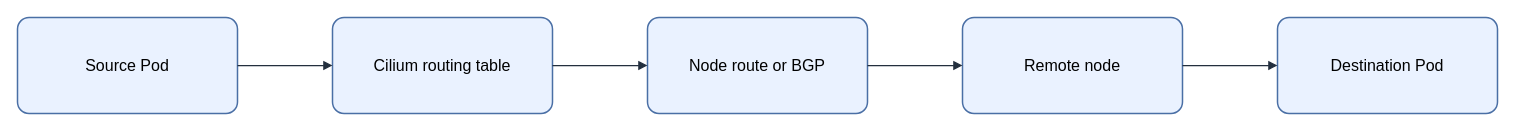
KKamJi98/kkamji98.github.io keeps this draw.io diagram as assets/img/kubernetes/cilium-native-routing-flow.drawio. Above is the earlier version. Source tidied: cells renumbered, new cells numbered last; positions are measured from the earlier drawing's top-left corner, leaving out a move shared by most shapes. Both pictures are drawn from the tidied source at 100%, with x=0, y=0 at pixel (17, 17).
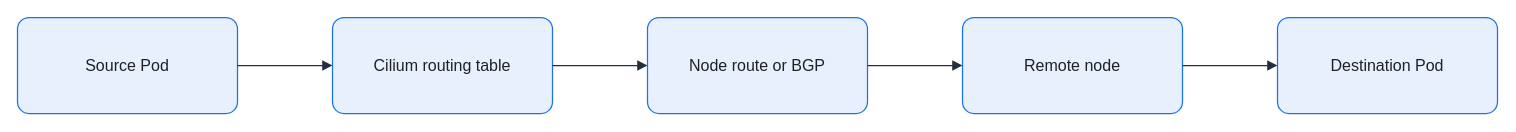
Above is the later version.

The edit, as a diff of the source:
```diff
@@
 <mxGraphModel background="#FFFFFF">
   <root>
     <mxCell id="0" />
     <mxCell id="1" parent="0" />
-    <mxCell id="2" value="Source Pod" style="rounded=1;arcSize=12;whiteSpace=wrap;html=0;fillColor=#EAF2FF;strokeColor=#4A6FA5;strokeWidth=1.5;fontColor=#000000;fontSize=16;align=center;verticalAlign=middle;spacing=8;shadow=0;" parent="1" vertex="1">
+    <mxCell id="2" value="Source Pod" style="rounded=1;arcSize=12;whiteSpace=wrap;html=0;fillColor=#E8F0FE;strokeColor=#1A73E8;strokeWidth=1.25;fontColor=#202124;fontSize=16;align=center;verticalAlign=middle;spacing=8;shadow=0;" parent="1" vertex="1">
       <mxGeometry width="220" height="96" as="geometry" />
     </mxCell>
-    <mxCell id="3" value="Cilium routing table" style="rounded=1;arcSize=12;whiteSpace=wrap;html=0;fillColor=#EAF2FF;strokeColor=#4A6FA5;strokeWidth=1.5;fontColor=#000000;fontSize=16;align=center;verticalAlign=middle;spacing=8;shadow=0;" parent="1" vertex="1">
+    <mxCell id="3" value="Cilium routing table" style="rounded=1;arcSize=12;whiteSpace=wrap;html=0;fillColor=#E8F0FE;strokeColor=#1A73E8;strokeWidth=1.25;fontColor=#202124;fontSize=16;align=center;verticalAlign=middle;spacing=8;shadow=0;" parent="1" vertex="1">
       <mxGeometry x="315" width="220" height="96" as="geometry" />
     </mxCell>
-    <mxCell id="4" value="Node route or BGP" style="rounded=1;arcSize=12;whiteSpace=wrap;html=0;fillColor=#EAF2FF;strokeColor=#4A6FA5;strokeWidth=1.5;fontColor=#000000;fontSize=16;align=center;verticalAlign=middle;spacing=8;shadow=0;" parent="1" vertex="1">
+    <mxCell id="4" value="Node route or BGP" style="rounded=1;arcSize=12;whiteSpace=wrap;html=0;fillColor=#E8F0FE;strokeColor=#1A73E8;strokeWidth=1.25;fontColor=#202124;fontSize=16;align=center;verticalAlign=middle;spacing=8;shadow=0;" parent="1" vertex="1">
       <mxGeometry x="630" width="220" height="96" as="geometry" />
     </mxCell>
-    <mxCell id="5" value="Remote node" style="rounded=1;arcSize=12;whiteSpace=wrap;html=0;fillColor=#EAF2FF;strokeColor=#4A6FA5;strokeWidth=1.5;fontColor=#000000;fontSize=16;align=center;verticalAlign=middle;spacing=8;shadow=0;" parent="1" vertex="1">
+    <mxCell id="5" value="Remote node" style="rounded=1;arcSize=12;whiteSpace=wrap;html=0;fillColor=#E8F0FE;strokeColor=#1A73E8;strokeWidth=1.25;fontColor=#202124;fontSize=16;align=center;verticalAlign=middle;spacing=8;shadow=0;" parent="1" vertex="1">
       <mxGeometry x="945" width="220" height="96" as="geometry" />
     </mxCell>
-    <mxCell id="6" value="Destination Pod" style="rounded=1;arcSize=12;whiteSpace=wrap;html=0;fillColor=#EAF2FF;strokeColor=#4A6FA5;strokeWidth=1.5;fontColor=#000000;fontSize=16;align=center;verticalAlign=middle;spacing=8;shadow=0;" parent="1" vertex="1">
+    <mxCell id="6" value="Destination Pod" style="rounded=1;arcSize=12;whiteSpace=wrap;html=0;fillColor=#E8F0FE;strokeColor=#1A73E8;strokeWidth=1.25;fontColor=#202124;fontSize=16;align=center;verticalAlign=middle;spacing=8;shadow=0;" parent="1" vertex="1">
       <mxGeometry x="1260" width="220" height="96" as="geometry" />
     </mxCell>
-    <mxCell id="7" style="edgeStyle=orthogonalEdgeStyle;rounded=0;jettySize=auto;html=0;endArrow=block;endFill=1;strokeColor=#232F3E;strokeWidth=1.25;fontColor=#000000;labelBackgroundColor=none;exitX=1;exitY=0.5;exitDx=0;exitDy=0;entryX=0;entryY=0.5;entryDx=0;entryDy=0;" parent="1" edge="1" source="2" target="3">
+    <mxCell id="7" style="edgeStyle=orthogonalEdgeStyle;rounded=0;jettySize=auto;html=0;endArrow=block;endFill=1;strokeColor=#232F3E;strokeWidth=1.25;fontColor=#202124;labelBackgroundColor=none;exitX=1;exitY=0.5;exitDx=0;exitDy=0;entryX=0;entryY=0.5;entryDx=0;entryDy=0;endSize=7;" parent="1" edge="1" source="2" target="3">
       <mxGeometry relative="1" as="geometry" />
     </mxCell>
-    <mxCell id="8" style="edgeStyle=orthogonalEdgeStyle;rounded=0;jettySize=auto;html=0;endArrow=block;endFill=1;strokeColor=#232F3E;strokeWidth=1.25;fontColor=#000000;labelBackgroundColor=none;exitX=1;exitY=0.5;exitDx=0;exitDy=0;entryX=0;entryY=0.5;entryDx=0;entryDy=0;" parent="1" edge="1" source="3" target="4">
+    <mxCell id="8" style="edgeStyle=orthogonalEdgeStyle;rounded=0;jettySize=auto;html=0;endArrow=block;endFill=1;strokeColor=#232F3E;strokeWidth=1.25;fontColor=#202124;labelBackgroundColor=none;exitX=1;exitY=0.5;exitDx=0;exitDy=0;entryX=0;entryY=0.5;entryDx=0;entryDy=0;endSize=7;" parent="1" edge="1" source="3" target="4">
       <mxGeometry relative="1" as="geometry" />
     </mxCell>
-    <mxCell id="9" style="edgeStyle=orthogonalEdgeStyle;rounded=0;jettySize=auto;html=0;endArrow=block;endFill=1;strokeColor=#232F3E;strokeWidth=1.25;fontColor=#000000;labelBackgroundColor=none;exitX=1;exitY=0.5;exitDx=0;exitDy=0;entryX=0;entryY=0.5;entryDx=0;entryDy=0;" parent="1" edge="1" source="4" target="5">
+    <mxCell id="9" style="edgeStyle=orthogonalEdgeStyle;rounded=0;jettySize=auto;html=0;endArrow=block;endFill=1;strokeColor=#232F3E;strokeWidth=1.25;fontColor=#202124;labelBackgroundColor=none;exitX=1;exitY=0.5;exitDx=0;exitDy=0;entryX=0;entryY=0.5;entryDx=0;entryDy=0;endSize=7;" parent="1" edge="1" source="4" target="5">
       <mxGeometry relative="1" as="geometry" />
     </mxCell>
-    <mxCell id="10" style="edgeStyle=orthogonalEdgeStyle;rounded=0;jettySize=auto;html=0;endArrow=block;endFill=1;strokeColor=#232F3E;strokeWidth=1.25;fontColor=#000000;labelBackgroundColor=none;exitX=1;exitY=0.5;exitDx=0;exitDy=0;entryX=0;entryY=0.5;entryDx=0;entryDy=0;" parent="1" edge="1" source="5" target="6">
+    <mxCell id="10" style="edgeStyle=orthogonalEdgeStyle;rounded=0;jettySize=auto;html=0;endArrow=block;endFill=1;strokeColor=#232F3E;strokeWidth=1.25;fontColor=#202124;labelBackgroundColor=none;exitX=1;exitY=0.5;exitDx=0;exitDy=0;entryX=0;entryY=0.5;entryDx=0;entryDy=0;endSize=7;" parent="1" edge="1" source="5" target="6">
       <mxGeometry relative="1" as="geometry" />
     </mxCell>
   </root>
 </mxGraphModel>
```
